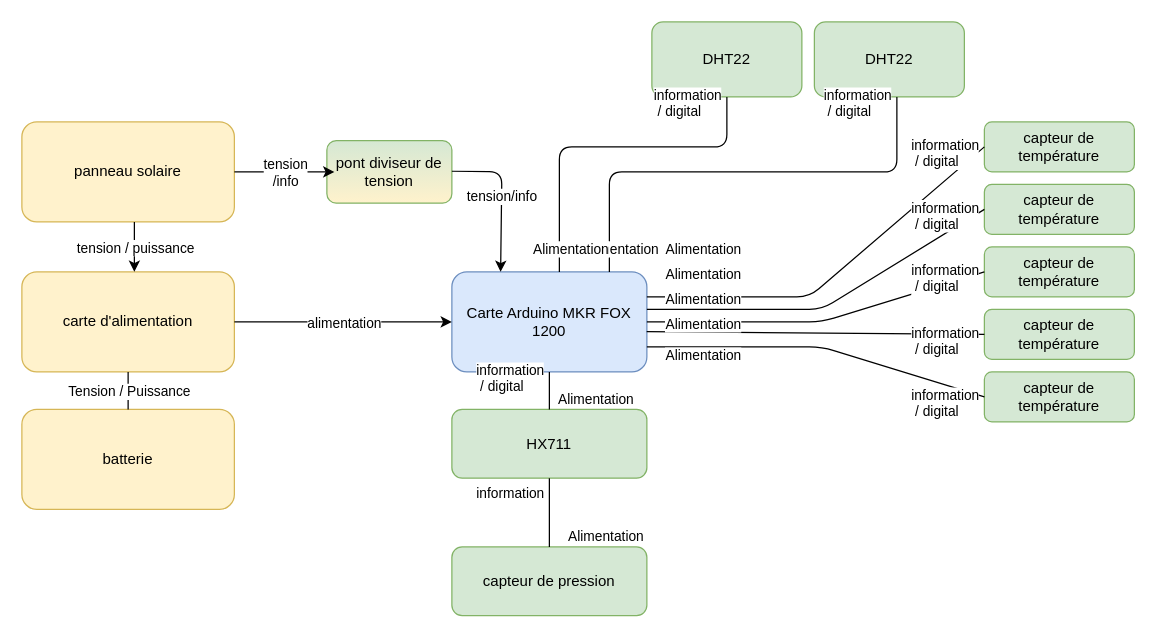
This is Documentation/Fonctionel.drawio from Ithoh/OpenRucheDLCB, a draw.io file, before an edit. Source tidied: cells renumbered, new cells numbered last; positions are measured from the earlier drawing's top-left corner, leaving out a move shared by most shapes. Both pictures are drawn from the tidied source at 125%, with x=0, y=0 at pixel (21, 21).
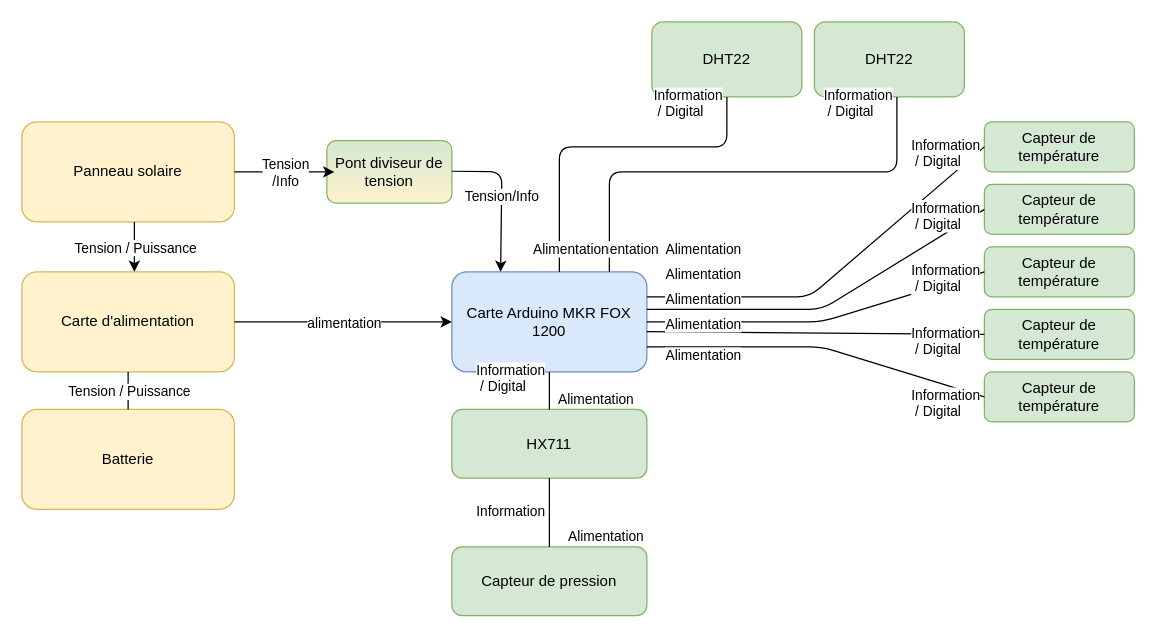
The same page after the edit.

Unchanged cells that the change refers to:
```xml
<mxCell id="10" style="endArrow=classic;html=1;entryX=0.25;entryY=0;entryDx=0;entryDy=0;" parent="1" edge="1" target="2">
  <mxGeometry relative="1" as="geometry">
    <mxPoint x="344" y="119.5" as="sourcePoint" />
    <Array as="points">
      <mxPoint x="384" y="120" />
    </Array>
  </mxGeometry>
</mxCell>
<mxCell id="12" style="endArrow=classic;html=1;exitX=1;exitY=0.5;exitDx=0;exitDy=0;" parent="1" edge="1" source="3">
  <mxGeometry relative="1" as="geometry">
    <mxPoint x="250" y="120" as="targetPoint" />
  </mxGeometry>
</mxCell>
<mxCell id="14" style="endArrow=classic;html=1;" parent="1" edge="1">
  <mxGeometry relative="1" as="geometry">
    <mxPoint x="90" y="160" as="sourcePoint" />
    <mxPoint x="90" y="200" as="targetPoint" />
  </mxGeometry>
</mxCell>
<mxCell id="25" style="endArrow=none;html=1;exitX=0;exitY=0.5;exitDx=0;exitDy=0;entryX=1;entryY=0.25;entryDx=0;entryDy=0;endFill=0;" parent="1" edge="1" source="20" target="2">
  <mxGeometry relative="1" as="geometry">
    <Array as="points">
      <mxPoint x="630" y="220" />
    </Array>
  </mxGeometry>
</mxCell>
<mxCell id="28" style="endArrow=none;html=1;exitX=0;exitY=0.5;exitDx=0;exitDy=0;entryX=1;entryY=0.376;entryDx=0;entryDy=0;endFill=0;entryPerimeter=0;" parent="1" edge="1" source="21" target="2">
  <mxGeometry relative="1" as="geometry">
    <Array as="points">
      <mxPoint x="640" y="230" />
    </Array>
  </mxGeometry>
</mxCell>
<mxCell id="31" style="endArrow=none;html=1;exitX=0;exitY=0.5;exitDx=0;exitDy=0;endFill=0;entryX=1;entryY=0.5;entryDx=0;entryDy=0;" parent="1" edge="1" source="22" target="2">
  <mxGeometry relative="1" as="geometry">
    <Array as="points">
      <mxPoint x="640" y="240" />
    </Array>
  </mxGeometry>
</mxCell>
<mxCell id="34" style="endArrow=none;html=1;exitX=0;exitY=0.5;exitDx=0;exitDy=0;entryX=0.999;entryY=0.598;entryDx=0;entryDy=0;endFill=0;entryPerimeter=0;" parent="1" edge="1" source="23" target="2">
  <mxGeometry relative="1" as="geometry" />
</mxCell>
<mxCell id="37" style="endArrow=none;html=1;exitX=0;exitY=0.5;exitDx=0;exitDy=0;endFill=0;entryX=1;entryY=0.75;entryDx=0;entryDy=0;" parent="1" edge="1" source="24" target="2">
  <mxGeometry relative="1" as="geometry">
    <Array as="points">
      <mxPoint x="640" y="260" />
    </Array>
  </mxGeometry>
</mxCell>
<mxCell id="40" style="endArrow=none;html=1;exitX=0.5;exitY=1;exitDx=0;exitDy=0;entryX=0.75;entryY=0;entryDx=0;entryDy=0;endFill=0;" parent="1" edge="1">
  <mxGeometry relative="1" as="geometry">
    <mxPoint x="700" y="60" as="sourcePoint" />
    <mxPoint x="470" y="200" as="targetPoint" />
    <Array as="points">
      <mxPoint x="700" y="120" />
      <mxPoint x="470" y="120" />
    </Array>
  </mxGeometry>
</mxCell>
<mxCell id="43" style="endArrow=none;html=1;exitX=0.5;exitY=1;exitDx=0;exitDy=0;entryX=0.75;entryY=0;entryDx=0;entryDy=0;endFill=0;" parent="1" edge="1" source="6">
  <mxGeometry relative="1" as="geometry">
    <mxPoint x="430" y="200" as="targetPoint" />
    <Array as="points">
      <mxPoint x="564" y="100" />
      <mxPoint x="430" y="100" />
    </Array>
  </mxGeometry>
</mxCell>
<mxCell id="47" style="endArrow=none;html=1;exitX=0.5;exitY=1;exitDx=0;exitDy=0;entryX=0.5;entryY=0;entryDx=0;entryDy=0;endFill=0;" parent="1" edge="1" source="46" target="5">
  <mxGeometry relative="1" as="geometry" />
</mxCell>
<mxCell id="50" style="endArrow=none;html=1;exitX=0.5;exitY=1;exitDx=0;exitDy=0;entryX=0.5;entryY=0;entryDx=0;entryDy=0;endFill=0;" parent="1" edge="1" source="2" target="46">
  <mxGeometry relative="1" as="geometry" />
</mxCell>
```

Change to the diagram source:
```diff
@@
-    <mxCell id="3" value="panneau solaire" style="rounded=1;whiteSpace=wrap;html=1;fillColor=#fff2cc;strokeColor=#d6b656;" parent="1" vertex="1">
+    <mxCell id="3" value="Panneau solaire" style="rounded=1;whiteSpace=wrap;html=1;fillColor=#fff2cc;strokeColor=#d6b656;" parent="1" vertex="1">
       <mxGeometry y="80" width="170" height="80" as="geometry" />
     </mxCell>
-    <mxCell id="4" value="carte d'alimentation" style="rounded=1;whiteSpace=wrap;html=1;fillColor=#fff2cc;strokeColor=#d6b656;" parent="1" vertex="1">
+    <mxCell id="4" value="Carte d'alimentation" style="rounded=1;whiteSpace=wrap;html=1;fillColor=#fff2cc;strokeColor=#d6b656;" parent="1" vertex="1">
       <mxGeometry y="200" width="170" height="80" as="geometry" />
     </mxCell>
-    <mxCell id="5" value="capteur de pression" style="rounded=1;whiteSpace=wrap;html=1;fillColor=#d5e8d4;strokeColor=#82b366;" parent="1" vertex="1">
+    <mxCell id="5" value="Capteur de pression" style="rounded=1;whiteSpace=wrap;html=1;fillColor=#d5e8d4;strokeColor=#82b366;" parent="1" vertex="1">
       <mxGeometry x="344" y="420" width="156" height="55" as="geometry" />
     </mxCell>
@@
-    <mxCell id="8" value="batterie" style="rounded=1;whiteSpace=wrap;html=1;fillColor=#fff2cc;strokeColor=#d6b656;" parent="1" vertex="1">
+    <mxCell id="8" value="Batterie" style="rounded=1;whiteSpace=wrap;html=1;fillColor=#fff2cc;strokeColor=#d6b656;" parent="1" vertex="1">
       <mxGeometry y="310" width="170" height="80" as="geometry" />
     </mxCell>
-    <mxCell id="9" value="pont diviseur de tension" style="rounded=1;whiteSpace=wrap;html=1;fillColor=#d5e8d4;strokeColor=#82b366;gradientColor=#FFF2CC;" parent="1" vertex="1">
+    <mxCell id="9" value="Pont diviseur de tension" style="rounded=1;whiteSpace=wrap;html=1;fillColor=#d5e8d4;strokeColor=#82b366;gradientColor=#FFF2CC;" parent="1" vertex="1">
       <mxGeometry x="244" y="95" width="100" height="50" as="geometry" />
     </mxCell>
@@
-    <mxCell id="11" value="tension/info" style="edgeLabel;html=1;align=center;verticalAlign=middle;" parent="10" vertex="1">
+    <mxCell id="11" value="Tension/Info" style="edgeLabel;html=1;align=center;verticalAlign=middle;" parent="10" vertex="1">
       <mxGeometry relative="1" as="geometry" />
     </mxCell>
@@
-    <mxCell id="13" value="tension&lt;br&gt;/info" style="edgeLabel;html=1;align=center;verticalAlign=middle;" parent="12" vertex="1">
+    <mxCell id="13" value="Tension&lt;br&gt;/Info" style="edgeLabel;html=1;align=center;verticalAlign=middle;" parent="12" vertex="1">
       <mxGeometry relative="1" as="geometry" />
     </mxCell>
@@
-    <mxCell id="15" value="tension / puissance" style="edgeLabel;html=1;align=center;verticalAlign=middle;" parent="14" vertex="1">
+    <mxCell id="15" value="Tension / Puissance" style="edgeLabel;html=1;align=center;verticalAlign=middle;" parent="14" vertex="1">
       <mxGeometry relative="1" as="geometry" />
     </mxCell>
@@
-    <mxCell id="20" value="capteur de température" style="rounded=1;whiteSpace=wrap;html=1;fillColor=#d5e8d4;strokeColor=#82b366;" parent="1" vertex="1">
+    <mxCell id="20" value="Capteur de température" style="rounded=1;whiteSpace=wrap;html=1;fillColor=#d5e8d4;strokeColor=#82b366;" parent="1" vertex="1">
       <mxGeometry x="770" y="80" width="120" height="40" as="geometry" />
     </mxCell>
-    <mxCell id="21" value="capteur de température" style="rounded=1;whiteSpace=wrap;html=1;fillColor=#d5e8d4;strokeColor=#82b366;" parent="1" vertex="1">
+    <mxCell id="21" value="Capteur de température" style="rounded=1;whiteSpace=wrap;html=1;fillColor=#d5e8d4;strokeColor=#82b366;" parent="1" vertex="1">
       <mxGeometry x="770" y="130" width="120" height="40" as="geometry" />
     </mxCell>
-    <mxCell id="22" value="capteur de température" style="rounded=1;whiteSpace=wrap;html=1;fillColor=#d5e8d4;strokeColor=#82b366;" parent="1" vertex="1">
+    <mxCell id="22" value="Capteur de température" style="rounded=1;whiteSpace=wrap;html=1;fillColor=#d5e8d4;strokeColor=#82b366;" parent="1" vertex="1">
       <mxGeometry x="770" y="180" width="120" height="40" as="geometry" />
     </mxCell>
-    <mxCell id="23" value="capteur de température" style="rounded=1;whiteSpace=wrap;html=1;fillColor=#d5e8d4;strokeColor=#82b366;" parent="1" vertex="1">
+    <mxCell id="23" value="Capteur de température" style="rounded=1;whiteSpace=wrap;html=1;fillColor=#d5e8d4;strokeColor=#82b366;" parent="1" vertex="1">
       <mxGeometry x="770" y="230" width="120" height="40" as="geometry" />
     </mxCell>
-    <mxCell id="24" value="capteur de température" style="rounded=1;whiteSpace=wrap;html=1;fillColor=#d5e8d4;strokeColor=#82b366;" parent="1" vertex="1">
+    <mxCell id="24" value="Capteur de température" style="rounded=1;whiteSpace=wrap;html=1;fillColor=#d5e8d4;strokeColor=#82b366;" parent="1" vertex="1">
       <mxGeometry x="770" y="280" width="120" height="40" as="geometry" />
     </mxCell>
@@
-    <mxCell id="26" value="information&lt;br&gt;&amp;nbsp;/ digital" style="edgeLabel;html=1;align=left;verticalAlign=bottom;" parent="25" vertex="1">
+    <mxCell id="26" value="Information&lt;br&gt;&amp;nbsp;/ Digital" style="edgeLabel;html=1;align=left;verticalAlign=bottom;" parent="25" vertex="1">
       <mxGeometry x="-1" relative="1" as="geometry">
         <mxPoint x="-60" y="20" as="offset" />
       </mxGeometry>
     </mxCell>
@@
-    <mxCell id="29" value="information&lt;br&gt;&amp;nbsp;/ digital" style="edgeLabel;html=1;align=left;verticalAlign=bottom;" parent="28" vertex="1">
+    <mxCell id="29" value="Information&lt;br&gt;&amp;nbsp;/ Digital" style="edgeLabel;html=1;align=left;verticalAlign=bottom;" parent="28" vertex="1">
       <mxGeometry x="-1" relative="1" as="geometry">
         <mxPoint x="-60" y="20" as="offset" />
       </mxGeometry>
     </mxCell>
@@
-    <mxCell id="32" value="information&lt;br&gt;&amp;nbsp;/ digital" style="edgeLabel;html=1;align=left;verticalAlign=bottom;" parent="31" vertex="1">
+    <mxCell id="32" value="Information&lt;br&gt;&amp;nbsp;/ Digital" style="edgeLabel;html=1;align=left;verticalAlign=bottom;" parent="31" vertex="1">
       <mxGeometry x="-1" relative="1" as="geometry">
         <mxPoint x="-60" y="20" as="offset" />
       </mxGeometry>
     </mxCell>
@@
-    <mxCell id="35" value="information&lt;br&gt;&amp;nbsp;/ digital" style="edgeLabel;html=1;align=left;verticalAlign=bottom;" parent="34" vertex="1">
+    <mxCell id="35" value="Information&lt;br&gt;&amp;nbsp;/ Digital" style="edgeLabel;html=1;align=left;verticalAlign=bottom;" parent="34" vertex="1">
       <mxGeometry x="-1" relative="1" as="geometry">
         <mxPoint x="-60" y="20" as="offset" />
       </mxGeometry>
     </mxCell>
@@
-    <mxCell id="38" value="information&lt;br&gt;&amp;nbsp;/ digital" style="edgeLabel;html=1;align=left;verticalAlign=bottom;" parent="37" vertex="1">
+    <mxCell id="38" value="Information&lt;br&gt;&amp;nbsp;/ Digital" style="edgeLabel;html=1;align=left;verticalAlign=bottom;" parent="37" vertex="1">
       <mxGeometry x="-1" relative="1" as="geometry">
         <mxPoint x="-60" y="20" as="offset" />
       </mxGeometry>
     </mxCell>
@@
-    <mxCell id="41" value="information&lt;br&gt;&amp;nbsp;/ digital" style="edgeLabel;html=1;align=left;verticalAlign=bottom;" parent="40" vertex="1">
+    <mxCell id="41" value="Information&lt;br&gt;&amp;nbsp;/ Digital" style="edgeLabel;html=1;align=left;verticalAlign=bottom;" parent="40" vertex="1">
       <mxGeometry x="-1" relative="1" as="geometry">
         <mxPoint x="-60" y="20" as="offset" />
       </mxGeometry>
     </mxCell>
@@
-    <mxCell id="44" value="information&lt;br&gt;&amp;nbsp;/ digital" style="edgeLabel;html=1;align=left;verticalAlign=bottom;" parent="43" vertex="1">
+    <mxCell id="44" value="Information&lt;br&gt;&amp;nbsp;/ Digital" style="edgeLabel;html=1;align=left;verticalAlign=bottom;" parent="43" vertex="1">
       <mxGeometry x="-1" relative="1" as="geometry">
         <mxPoint x="-60" y="20" as="offset" />
       </mxGeometry>
     </mxCell>
@@
-    <mxCell id="48" value="information" style="edgeLabel;html=1;align=left;verticalAlign=bottom;" parent="47" vertex="1">
+    <mxCell id="48" value="Information" style="edgeLabel;html=1;align=left;verticalAlign=bottom;" parent="47" vertex="1">
       <mxGeometry x="-1" relative="1" as="geometry">
-        <mxPoint x="-60" y="20" as="offset" />
+        <mxPoint x="-60" y="35" as="offset" />
       </mxGeometry>
     </mxCell>
@@
-    <mxCell id="51" value="information&lt;br&gt;&amp;nbsp;/ digital" style="edgeLabel;html=1;align=left;verticalAlign=bottom;" parent="50" vertex="1">
+    <mxCell id="51" value="Information&lt;br&gt;&amp;nbsp;/ Digital" style="edgeLabel;html=1;align=left;verticalAlign=bottom;" parent="50" vertex="1">
       <mxGeometry x="-1" relative="1" as="geometry">
         <mxPoint x="-60" y="20" as="offset" />
       </mxGeometry>
     </mxCell>
```
